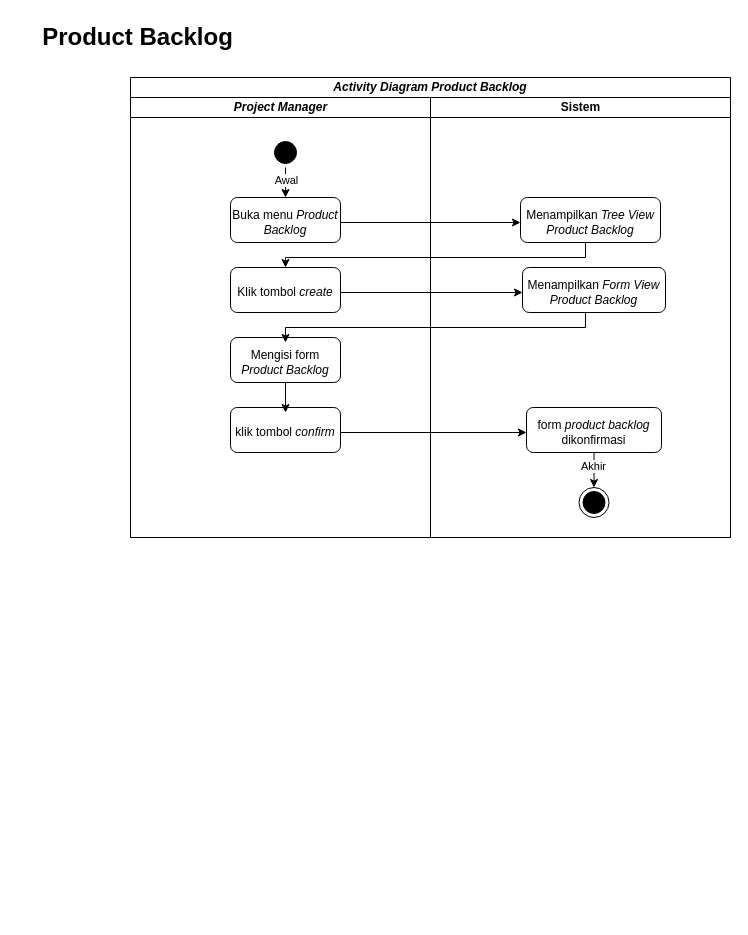
Above: page "Halaman-5" (5 of 9) of Diagram Tanpa Judul.drawio in raldawiyahh/alda-resolusi (draw.io), before the change. Source tidied: cells renumbered, new cells numbered last; positions are measured from the earlier drawing's top-left corner, leaving out a move shared by most shapes. Both pictures are drawn from the tidied source at 100%, with x=0, y=0 at pixel (36, 17).
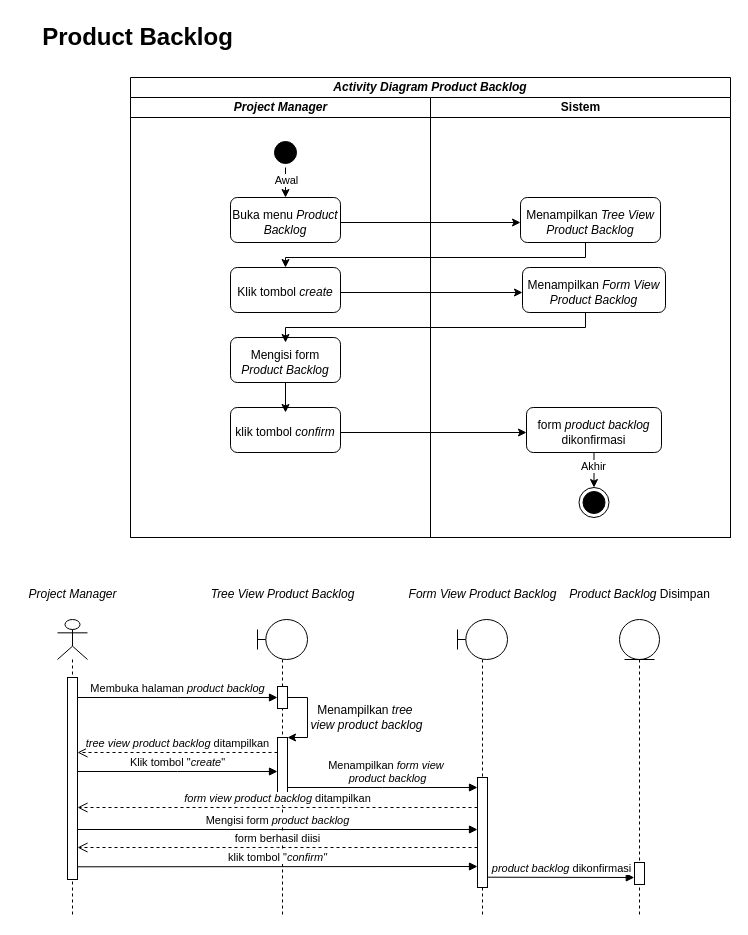
After the change.

The edit, as a diff of the source:
```diff
@@
+    <mxCell id="39" style="shape=umlLifeline;perimeter=lifelinePerimeter;whiteSpace=wrap;html=1;newEdgeStyle={&quot;edgeStyle&quot;:&quot;elbowEdgeStyle&quot;,&quot;elbow&quot;:&quot;vertical&quot;,&quot;curved&quot;:0,&quot;rounded&quot;:0};participant=umlActor;" parent="1" vertex="1">
+      <mxGeometry x="21" y="602" width="30" height="298" as="geometry" />
+    </mxCell>
+    <mxCell id="40" style="html=1;perimeter=orthogonalPerimeter;targetShapes=umlLifeline;newEdgeStyle={&quot;edgeStyle&quot;:&quot;elbowEdgeStyle&quot;,&quot;elbow&quot;:&quot;vertical&quot;,&quot;curved&quot;:0,&quot;rounded&quot;:0};" parent="39" vertex="1">
+      <mxGeometry x="10" y="58" width="10" height="202" as="geometry" />
+    </mxCell>
+    <mxCell id="41" style="shape=umlLifeline;perimeter=lifelinePerimeter;whiteSpace=wrap;html=1;newEdgeStyle={&quot;edgeStyle&quot;:&quot;elbowEdgeStyle&quot;,&quot;elbow&quot;:&quot;vertical&quot;,&quot;curved&quot;:0,&quot;rounded&quot;:0};participant=umlBoundary;" parent="1" vertex="1">
+      <mxGeometry x="221" y="602" width="50" height="298" as="geometry" />
+    </mxCell>
+    <mxCell id="42" style="edgeStyle=elbowEdgeStyle;rounded=0;jettySize=auto;html=1;elbow=vertical;curved=0;" parent="41" edge="1" source="43" target="44">
+      <mxGeometry relative="1" as="geometry">
+        <Array as="points">
+          <mxPoint x="50" y="118" />
+        </Array>
+      </mxGeometry>
+    </mxCell>
+    <mxCell id="43" style="html=1;points=[];perimeter=orthogonalPerimeter;outlineConnect=0;targetShapes=umlLifeline;portConstraint=eastwest;newEdgeStyle={&quot;edgeStyle&quot;:&quot;elbowEdgeStyle&quot;,&quot;elbow&quot;:&quot;vertical&quot;,&quot;curved&quot;:0,&quot;rounded&quot;:0};" parent="41" vertex="1">
+      <mxGeometry x="20" y="67" width="10" height="22" as="geometry" />
+    </mxCell>
+    <mxCell id="44" style="html=1;points=[];perimeter=orthogonalPerimeter;outlineConnect=0;targetShapes=umlLifeline;portConstraint=eastwest;newEdgeStyle={&quot;edgeStyle&quot;:&quot;elbowEdgeStyle&quot;,&quot;elbow&quot;:&quot;vertical&quot;,&quot;curved&quot;:0,&quot;rounded&quot;:0};" parent="41" vertex="1">
+      <mxGeometry x="20" y="118" width="10" height="62" as="geometry" />
+    </mxCell>
+    <mxCell id="45" style="shape=umlLifeline;perimeter=lifelinePerimeter;whiteSpace=wrap;html=1;newEdgeStyle={&quot;edgeStyle&quot;:&quot;elbowEdgeStyle&quot;,&quot;elbow&quot;:&quot;vertical&quot;,&quot;curved&quot;:0,&quot;rounded&quot;:0};participant=umlBoundary;" parent="1" vertex="1">
+      <mxGeometry x="421" y="602" width="50" height="298" as="geometry" />
+    </mxCell>
+    <mxCell id="46" value="&lt;i&gt;Project Manager&lt;/i&gt;" style="text;html=1;align=center;verticalAlign=middle;strokeColor=none;fillColor=none;" parent="1" vertex="1">
+      <mxGeometry x="-19" y="562" width="110" height="30" as="geometry" />
+    </mxCell>
+    <mxCell id="47" value="&lt;i&gt;Tree View Product Backlog&lt;br&gt;&lt;/i&gt;" style="text;html=1;align=center;verticalAlign=middle;strokeColor=none;fillColor=none;" parent="1" vertex="1">
+      <mxGeometry x="161" y="562" width="170" height="30" as="geometry" />
+    </mxCell>
+    <mxCell id="48" value="&lt;i&gt;Form View Product Backlog&lt;br&gt;&lt;/i&gt;" style="text;html=1;align=center;verticalAlign=middle;strokeColor=none;fillColor=none;" parent="1" vertex="1">
+      <mxGeometry x="361" y="562" width="170" height="30" as="geometry" />
+    </mxCell>
+    <mxCell id="49" value="&lt;i&gt;Product Backlog &lt;/i&gt;Disimpan&lt;i&gt;&lt;br&gt;&lt;/i&gt;" style="text;html=1;align=center;verticalAlign=middle;strokeColor=none;fillColor=none;" parent="1" vertex="1">
+      <mxGeometry x="523" y="562" width="160" height="30" as="geometry" />
+    </mxCell>
+    <mxCell id="50" style="shape=umlLifeline;perimeter=lifelinePerimeter;whiteSpace=wrap;html=1;newEdgeStyle={&quot;edgeStyle&quot;:&quot;elbowEdgeStyle&quot;,&quot;elbow&quot;:&quot;vertical&quot;,&quot;curved&quot;:0,&quot;rounded&quot;:0};participant=umlEntity;" parent="1" vertex="1">
+      <mxGeometry x="583" y="602" width="40" height="298" as="geometry" />
+    </mxCell>
+    <mxCell id="51" style="html=1;perimeter=orthogonalPerimeter;targetShapes=umlLifeline;newEdgeStyle={&quot;edgeStyle&quot;:&quot;elbowEdgeStyle&quot;,&quot;elbow&quot;:&quot;vertical&quot;,&quot;curved&quot;:0,&quot;rounded&quot;:0};" parent="50" vertex="1">
+      <mxGeometry x="15" y="243" width="10" height="22" as="geometry" />
+    </mxCell>
+    <mxCell id="52" value="Membuka halaman &lt;i&gt;product backlog&lt;/i&gt;" style="html=1;verticalAlign=bottom;endArrow=block;edgeStyle=elbowEdgeStyle;elbow=vertical;curved=0;rounded=0;" parent="1" edge="1">
+      <mxGeometry relative="1" as="geometry">
+        <mxPoint x="41" y="680" as="sourcePoint" />
+        <mxPoint x="241" y="680" as="targetPoint" />
+      </mxGeometry>
+    </mxCell>
+    <mxCell id="53" value="&lt;div&gt;Menampilkan &lt;i&gt;tree&amp;nbsp;&lt;/i&gt;&lt;/div&gt;&lt;div&gt;&lt;i&gt;view product backlog&lt;br&gt;&lt;/i&gt;&lt;/div&gt;" style="text;html=1;align=center;verticalAlign=middle;strokeColor=none;fillColor=none;" parent="1" vertex="1">
+      <mxGeometry x="260" y="680" width="140" height="40" as="geometry" />
+    </mxCell>
+    <mxCell id="54" value="Klik tombol &quot;&lt;i&gt;create&lt;/i&gt;&quot;" style="html=1;verticalAlign=bottom;endArrow=block;edgeStyle=elbowEdgeStyle;elbow=vertical;curved=0;rounded=0;" parent="1" edge="1">
+      <mxGeometry relative="1" as="geometry">
+        <mxPoint x="41" y="754" as="sourcePoint" />
+        <mxPoint x="241" y="754" as="targetPoint" />
+      </mxGeometry>
+    </mxCell>
+    <mxCell id="55" value="&lt;div&gt;Menampilkan &lt;i&gt;form view&amp;nbsp;&lt;/i&gt;&lt;/div&gt;&lt;div&gt;&lt;i&gt;product backlog&lt;/i&gt;&lt;/div&gt;" style="html=1;verticalAlign=bottom;endArrow=block;edgeStyle=elbowEdgeStyle;elbow=vertical;curved=0;rounded=0;" parent="1" edge="1" source="57">
+      <mxGeometry y="100" relative="1" as="geometry">
+        <mxPoint x="451" y="770" as="targetPoint" />
+        <mxPoint x="-100" as="offset" />
+      </mxGeometry>
+    </mxCell>
+    <mxCell id="56" style="html=1;verticalAlign=bottom;endArrow=block;edgeStyle=elbowEdgeStyle;elbow=vertical;curved=0;rounded=0;" parent="1" edge="1" target="57">
+      <mxGeometry relative="1" as="geometry">
+        <mxPoint x="251" y="770" as="sourcePoint" />
+      </mxGeometry>
+    </mxCell>
+    <mxCell id="57" style="html=1;points=[];perimeter=orthogonalPerimeter;outlineConnect=0;targetShapes=umlLifeline;portConstraint=eastwest;newEdgeStyle={&quot;edgeStyle&quot;:&quot;elbowEdgeStyle&quot;,&quot;elbow&quot;:&quot;vertical&quot;,&quot;curved&quot;:0,&quot;rounded&quot;:0};" parent="1" vertex="1">
+      <mxGeometry x="441" y="760" width="10" height="110" as="geometry" />
+    </mxCell>
+    <mxCell id="58" value="Mengisi form &lt;i&gt;product backlog&lt;/i&gt;" style="html=1;verticalAlign=bottom;endArrow=block;edgeStyle=elbowEdgeStyle;elbow=vertical;curved=0;rounded=0;" parent="1" edge="1">
+      <mxGeometry relative="1" as="geometry">
+        <mxPoint x="41" y="812" as="sourcePoint" />
+        <mxPoint x="441" y="812" as="targetPoint" />
+      </mxGeometry>
+    </mxCell>
+    <mxCell id="59" value="klik tombol &quot;&lt;i&gt;confirm&quot;&lt;/i&gt;" style="html=1;verticalAlign=bottom;endArrow=block;edgeStyle=elbowEdgeStyle;elbow=vertical;curved=0;rounded=0;" parent="1" edge="1">
+      <mxGeometry relative="1" as="geometry">
+        <mxPoint x="41" y="849.3" as="sourcePoint" />
+        <mxPoint x="441" y="849.3" as="targetPoint" />
+      </mxGeometry>
+    </mxCell>
+    <mxCell id="60" value="&lt;i&gt;product backlog&lt;/i&gt; dikonfirmasi&lt;i&gt;&lt;br&gt;&lt;/i&gt;" style="html=1;verticalAlign=bottom;endArrow=block;edgeStyle=elbowEdgeStyle;elbow=vertical;curved=0;rounded=0;entryX=-0.024;entryY=0.519;entryDx=0;entryDy=0;entryPerimeter=0;" parent="1" edge="1">
+      <mxGeometry relative="1" as="geometry">
+        <mxPoint x="451" y="859.7" as="sourcePoint" />
+        <mxPoint x="597.8" y="859.4" as="targetPoint" />
+      </mxGeometry>
+    </mxCell>
+    <mxCell id="61" value="&lt;i&gt;tree view product backlog &lt;/i&gt;ditampilkan" style="html=1;verticalAlign=bottom;endArrow=open;dashed=1;endSize=8;edgeStyle=elbowEdgeStyle;elbow=vertical;curved=0;rounded=0;" parent="1" edge="1">
+      <mxGeometry relative="1" as="geometry">
+        <mxPoint x="241" y="735" as="sourcePoint" />
+        <mxPoint x="41" y="735" as="targetPoint" />
+      </mxGeometry>
+    </mxCell>
+    <mxCell id="62" value="&lt;i&gt;form view product backlog &lt;/i&gt;ditampilkan" style="html=1;verticalAlign=bottom;endArrow=open;dashed=1;endSize=8;edgeStyle=elbowEdgeStyle;elbow=vertical;curved=0;rounded=0;" parent="1" edge="1">
+      <mxGeometry relative="1" as="geometry">
+        <mxPoint x="441" y="790" as="sourcePoint" />
+        <mxPoint x="41" y="790" as="targetPoint" />
+      </mxGeometry>
+    </mxCell>
+    <mxCell id="63" value="form berhasil diisi&lt;i&gt;&lt;br&gt;&lt;/i&gt;" style="html=1;verticalAlign=bottom;endArrow=open;dashed=1;endSize=8;edgeStyle=elbowEdgeStyle;elbow=vertical;curved=0;rounded=0;" parent="1" edge="1">
+      <mxGeometry relative="1" as="geometry">
+        <mxPoint x="441" y="830" as="sourcePoint" />
+        <mxPoint x="41" y="830" as="targetPoint" />
+      </mxGeometry>
+    </mxCell>
```
